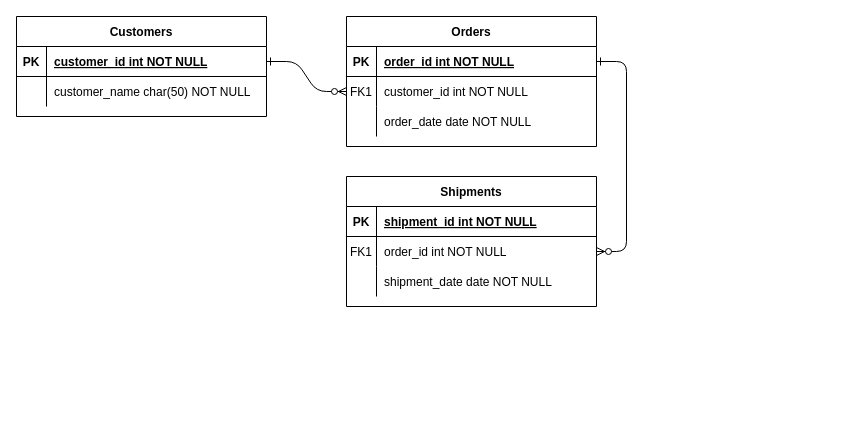
Before: Untitled Diagram.drawio in sivanandjothy/arkangel, a draw.io diagram. Source tidied: cells renumbered, new cells numbered last; positions are measured from the earlier drawing's top-left corner, leaving out a move shared by most shapes. Both pictures are drawn from the tidied source at 100%, with x=0, y=0 at pixel (16, 16).
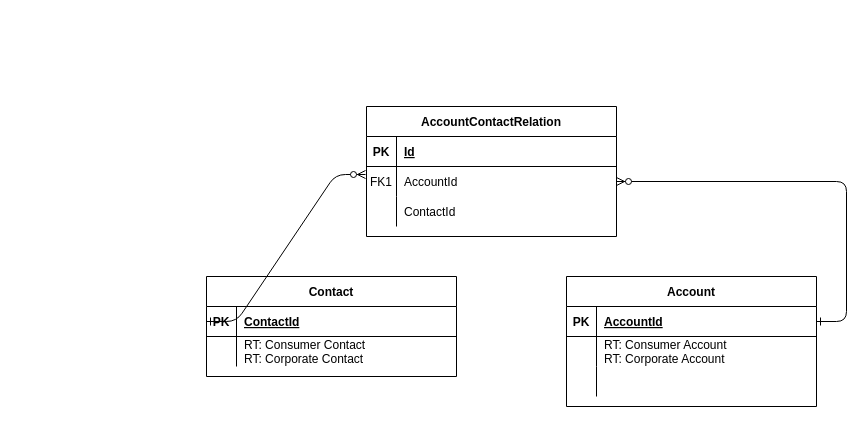
The same diagram, later.

The change refers to these unchanged cells:
```xml
<mxCell id="5" style="shape=partialRectangle;fillColor=none;points=[[0,0.5],[1,0.5]];portConstraint=eastwest;top=0;left=0;right=0;bottom=1;" parent="4" vertex="1">
  <mxGeometry y="30" width="250" height="30" as="geometry" />
</mxCell>
<mxCell id="8" style="shape=partialRectangle;fillColor=none;points=[[0,0.5],[1,0.5]];portConstraint=eastwest;top=0;left=0;right=0;bottom=0;" parent="4" vertex="1">
  <mxGeometry y="60" width="250" height="30" as="geometry" />
</mxCell>
<mxCell id="11" style="shape=partialRectangle;fillColor=none;top=0;left=0;right=0;bottom=0;" parent="4" vertex="1">
  <mxGeometry y="90" width="250" height="30" as="geometry" />
</mxCell>
<mxCell id="15" style="shape=partialRectangle;fillColor=none;top=0;left=0;right=0;bottom=1;" parent="14" vertex="1">
  <mxGeometry y="30" width="250" height="30" as="geometry" />
</mxCell>
<mxCell id="18" style="shape=partialRectangle;fillColor=none;points=[[0,0.5],[1,0.5]];portConstraint=eastwest;top=0;left=0;right=0;bottom=0;" parent="14" vertex="1">
  <mxGeometry y="60" width="250" height="30" as="geometry" />
</mxCell>
<mxCell id="21" style="shape=partialRectangle;fillColor=none;top=0;left=0;right=0;bottom=0;" parent="14" vertex="1">
  <mxGeometry y="90" width="250" height="30" as="geometry" />
</mxCell>
<mxCell id="25" style="shape=partialRectangle;fillColor=none;points=[[0,0.5],[1,0.5]];portConstraint=eastwest;top=0;left=0;right=0;bottom=1;" parent="24" vertex="1">
  <mxGeometry y="30" width="250" height="30" as="geometry" />
</mxCell>
<mxCell id="28" style="shape=partialRectangle;fillColor=none;top=0;left=0;right=0;bottom=0;" parent="24" vertex="1">
  <mxGeometry y="60" width="250" height="30" as="geometry" />
</mxCell>
```

The edit, as a diff of the source:
```diff
@@
-    <mxCell id="2" style="edgeStyle=entityRelationEdgeStyle;endArrow=ERzeroToMany;startArrow=ERone;endFill=1;startFill=0;" parent="1" edge="1" source="25" target="8">
-      <mxGeometry relative="1" as="geometry" />
-    </mxCell>
@@
-    <mxCell id="4" value="Orders" style="shape=table;startSize=30;childLayout=tableLayout;rowLines=0;fontStyle=1;align=center;" parent="1" vertex="1">
-      <mxGeometry x="330" width="250" height="130" as="geometry" />
+    <mxCell id="4" value="Account" style="shape=table;startSize=30;childLayout=tableLayout;rowLines=0;fontStyle=1;align=center;" parent="1" vertex="1">
+      <mxGeometry x="550" y="260" width="250" height="130" as="geometry" />
     </mxCell>
@@
-    <mxCell id="7" value="order_id int NOT NULL " style="shape=partialRectangle;overflow=hidden;fillColor=none;top=0;left=0;bottom=0;right=0;align=left;spacingLeft=6;fontStyle=5;" parent="5" vertex="1">
+    <mxCell id="7" value="AccountId" style="shape=partialRectangle;overflow=hidden;fillColor=none;top=0;left=0;bottom=0;right=0;align=left;spacingLeft=6;fontStyle=5;" parent="5" vertex="1">
       <mxGeometry x="30" width="220" height="30" as="geometry" />
     </mxCell>
@@
-    <mxCell id="9" value="FK1" style="shape=partialRectangle;overflow=hidden;fillColor=none;top=0;left=0;bottom=0;right=0;" parent="8" vertex="1">
+    <mxCell id="9" style="shape=partialRectangle;overflow=hidden;fillColor=none;top=0;left=0;bottom=0;right=0;" parent="8" vertex="1">
       <mxGeometry width="30" height="30" as="geometry" />
     </mxCell>
-    <mxCell id="10" value="customer_id int NOT NULL" style="shape=partialRectangle;overflow=hidden;fillColor=none;top=0;left=0;bottom=0;right=0;align=left;spacingLeft=6;" parent="8" vertex="1">
+    <mxCell id="10" value="RT: Consumer Account&#10;RT: Corporate Account" style="shape=partialRectangle;overflow=hidden;fillColor=none;top=0;left=0;bottom=0;right=0;align=left;spacingLeft=6;" parent="8" vertex="1">
       <mxGeometry x="30" width="220" height="30" as="geometry" />
     </mxCell>
@@
-    <mxCell id="13" value="order_date date NOT NULL" style="shape=partialRectangle;overflow=hidden;fillColor=none;top=0;left=0;bottom=0;right=0;align=left;spacingLeft=6;" parent="11" vertex="1">
+    <mxCell id="13" style="shape=partialRectangle;overflow=hidden;fillColor=none;top=0;left=0;bottom=0;right=0;align=left;spacingLeft=6;" parent="11" vertex="1">
       <mxGeometry x="30" width="220" height="30" as="geometry" />
     </mxCell>
-    <mxCell id="14" value="Shipments" style="shape=table;startSize=30;childLayout=tableLayout;rowLines=0;fontStyle=1;align=center;" parent="1" vertex="1">
-      <mxGeometry x="330" y="160" width="250" height="130" as="geometry" />
+    <mxCell id="14" value="AccountContactRelation" style="shape=table;startSize=30;childLayout=tableLayout;rowLines=0;fontStyle=1;align=center;" parent="1" vertex="1">
+      <mxGeometry x="350" y="90" width="250" height="130" as="geometry" />
     </mxCell>
@@
-    <mxCell id="17" value="shipment_id int NOT NULL " style="shape=partialRectangle;overflow=hidden;fillColor=none;top=0;left=0;bottom=0;right=0;align=left;spacingLeft=6;fontStyle=5;" parent="15" vertex="1">
+    <mxCell id="17" value="Id" style="shape=partialRectangle;overflow=hidden;fillColor=none;top=0;left=0;bottom=0;right=0;align=left;spacingLeft=6;fontStyle=5;" parent="15" vertex="1">
       <mxGeometry x="30" width="220" height="30" as="geometry" />
     </mxCell>
@@
-    <mxCell id="20" value="order_id int NOT NULL" style="shape=partialRectangle;overflow=hidden;fillColor=none;top=0;left=0;bottom=0;right=0;align=left;spacingLeft=6;" parent="18" vertex="1">
+    <mxCell id="20" value="AccountId" style="shape=partialRectangle;overflow=hidden;fillColor=none;top=0;left=0;bottom=0;right=0;align=left;spacingLeft=6;" parent="18" vertex="1">
       <mxGeometry x="30" width="220" height="30" as="geometry" />
     </mxCell>
@@
-    <mxCell id="23" value="shipment_date date NOT NULL" style="shape=partialRectangle;overflow=hidden;fillColor=none;top=0;left=0;bottom=0;right=0;align=left;spacingLeft=6;" parent="21" vertex="1">
+    <mxCell id="23" value="ContactId" style="shape=partialRectangle;overflow=hidden;fillColor=none;top=0;left=0;bottom=0;right=0;align=left;spacingLeft=6;" parent="21" vertex="1">
       <mxGeometry x="30" width="220" height="30" as="geometry" />
     </mxCell>
-    <mxCell id="24" value="Customers" style="shape=table;startSize=30;childLayout=tableLayout;rowLines=0;fontStyle=1;align=center;" parent="1" vertex="1">
-      <mxGeometry width="250" height="100" as="geometry" />
+    <mxCell id="24" value="Contact" style="shape=table;startSize=30;childLayout=tableLayout;rowLines=0;fontStyle=1;align=center;" parent="1" vertex="1">
+      <mxGeometry x="190" y="260" width="250" height="100" as="geometry" />
     </mxCell>
@@
-    <mxCell id="27" value="customer_id int NOT NULL " style="shape=partialRectangle;overflow=hidden;fillColor=none;top=0;left=0;bottom=0;right=0;align=left;spacingLeft=6;fontStyle=5;" parent="25" vertex="1">
+    <mxCell id="27" value="ContactId" style="shape=partialRectangle;overflow=hidden;fillColor=none;top=0;left=0;bottom=0;right=0;align=left;spacingLeft=6;fontStyle=5;" parent="25" vertex="1">
       <mxGeometry x="30" width="220" height="30" as="geometry" />
     </mxCell>
@@
-    <mxCell id="30" value="customer_name char(50) NOT NULL" style="shape=partialRectangle;overflow=hidden;fillColor=none;top=0;left=0;bottom=0;right=0;align=left;spacingLeft=6;" parent="28" vertex="1">
+    <mxCell id="30" value="RT: Consumer Contact&#10;RT: Corporate Contact" style="shape=partialRectangle;overflow=hidden;fillColor=none;top=0;left=0;bottom=0;right=0;align=left;spacingLeft=6;" parent="28" vertex="1">
       <mxGeometry x="30" width="220" height="30" as="geometry" />
     </mxCell>
+    <mxCell id="31" style="edgeStyle=entityRelationEdgeStyle;endArrow=ERzeroToMany;startArrow=ERone;endFill=1;startFill=0;entryX=-0.004;entryY=0.267;entryDx=0;entryDy=0;entryPerimeter=0;exitX=0;exitY=0.5;exitDx=0;exitDy=0;" parent="1" edge="1" source="25" target="18">
+      <mxGeometry relative="1" as="geometry" />
+    </mxCell>
```
